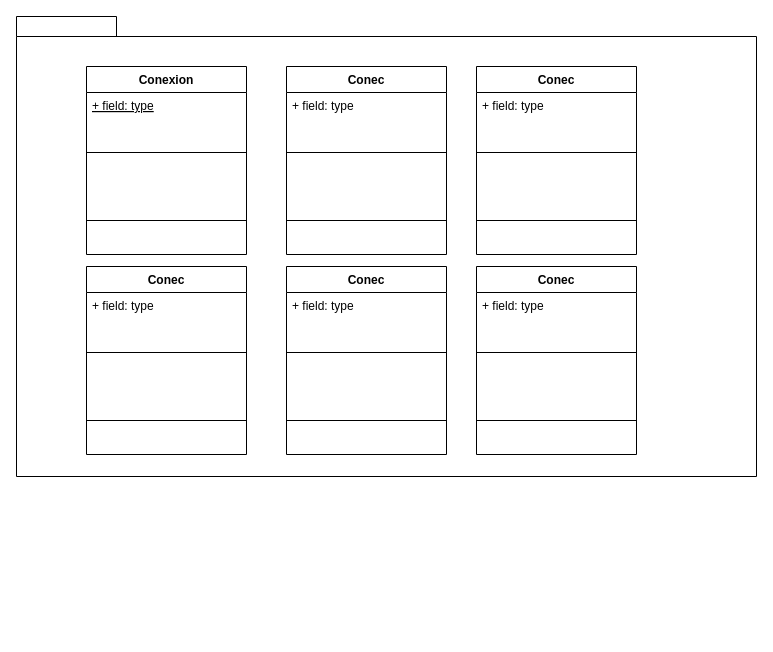
Above: Clase01/laboratorio_usuarios.drawio in ezequielmariscal/Tecnicatura4Py (draw.io), before the change. Source tidied: cells renumbered, new cells numbered last; positions are measured from the earlier drawing's top-left corner, leaving out a move shared by most shapes. Both pictures are drawn from the tidied source at 100%, with x=0, y=0 at pixel (16, 16).
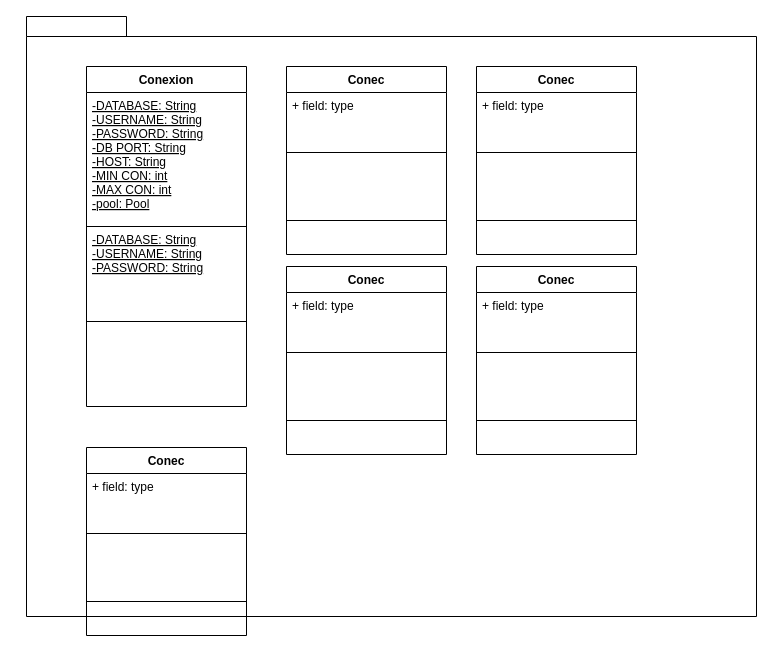
After the change.

Commit message:
Add_conexion_uml

Diff of the diagram source:
```diff
@@
     <mxCell id="2" style="shape=folder;fontStyle=1;spacingTop=10;tabWidth=100;tabHeight=20;tabPosition=left;html=1;" parent="1" vertex="1">
-      <mxGeometry width="740" height="460" as="geometry" />
+      <mxGeometry x="10" width="730" height="600" as="geometry" />
     </mxCell>
     <mxCell id="3" value="Conexion" style="swimlane;fontStyle=1;align=center;verticalAlign=top;horizontal=1;startSize=26;" parent="1" vertex="1">
-      <mxGeometry x="70" y="50" width="160" height="188" as="geometry" />
+      <mxGeometry x="70" y="50" width="160" height="340" as="geometry" />
     </mxCell>
-    <mxCell id="4" value="+ field: type" style="text;strokeColor=none;fillColor=none;align=left;verticalAlign=top;spacingLeft=4;spacingRight=4;overflow=hidden;fontStyle=4;" parent="3" vertex="1">
-      <mxGeometry y="26" width="160" height="26" as="geometry" />
+    <mxCell id="4" value="-DATABASE: String&#10;-USERNAME: String&#10;-PASSWORD: String&#10;-DB PORT: String&#10;-HOST: String&#10;-MIN CON: int&#10;-MAX CON: int&#10;-pool: Pool" style="text;strokeColor=none;fillColor=none;align=left;verticalAlign=top;spacingLeft=4;spacingRight=4;overflow=hidden;fontStyle=4;" parent="3" vertex="1">
+      <mxGeometry y="26" width="160" height="124" as="geometry" />
     </mxCell>
     <mxCell id="5" style="line;strokeWidth=1;fillColor=none;align=left;verticalAlign=middle;spacingTop=-1;spacingLeft=3;spacingRight=3;labelPosition=right;strokeColor=inherit;" parent="3" vertex="1">
-      <mxGeometry y="52" width="160" height="68" as="geometry" />
+      <mxGeometry y="150" width="160" height="20" as="geometry" />
     </mxCell>
     <mxCell id="6" style="line;strokeWidth=1;fillColor=none;align=left;verticalAlign=middle;spacingTop=-1;spacingLeft=3;spacingRight=3;labelPosition=right;strokeColor=inherit;" parent="3" vertex="1">
-      <mxGeometry y="120" width="160" height="68" as="geometry" />
+      <mxGeometry y="170" width="160" height="170" as="geometry" />
     </mxCell>
@@
     <mxCell id="15" value="Conec" style="swimlane;fontStyle=1;align=center;verticalAlign=top;horizontal=1;startSize=26;" parent="1" vertex="1">
-      <mxGeometry x="70" y="250" width="160" height="188" as="geometry" />
+      <mxGeometry x="70" y="431" width="160" height="188" as="geometry" />
     </mxCell>
@@
+    <mxCell id="27" value="-DATABASE: String&#10;-USERNAME: String&#10;-PASSWORD: String&#10;" style="text;strokeColor=none;fillColor=none;align=left;verticalAlign=top;spacingLeft=4;spacingRight=4;overflow=hidden;fontStyle=4;" parent="1" vertex="1">
+      <mxGeometry x="70" y="210" width="160" height="50" as="geometry" />
+    </mxCell>
```
